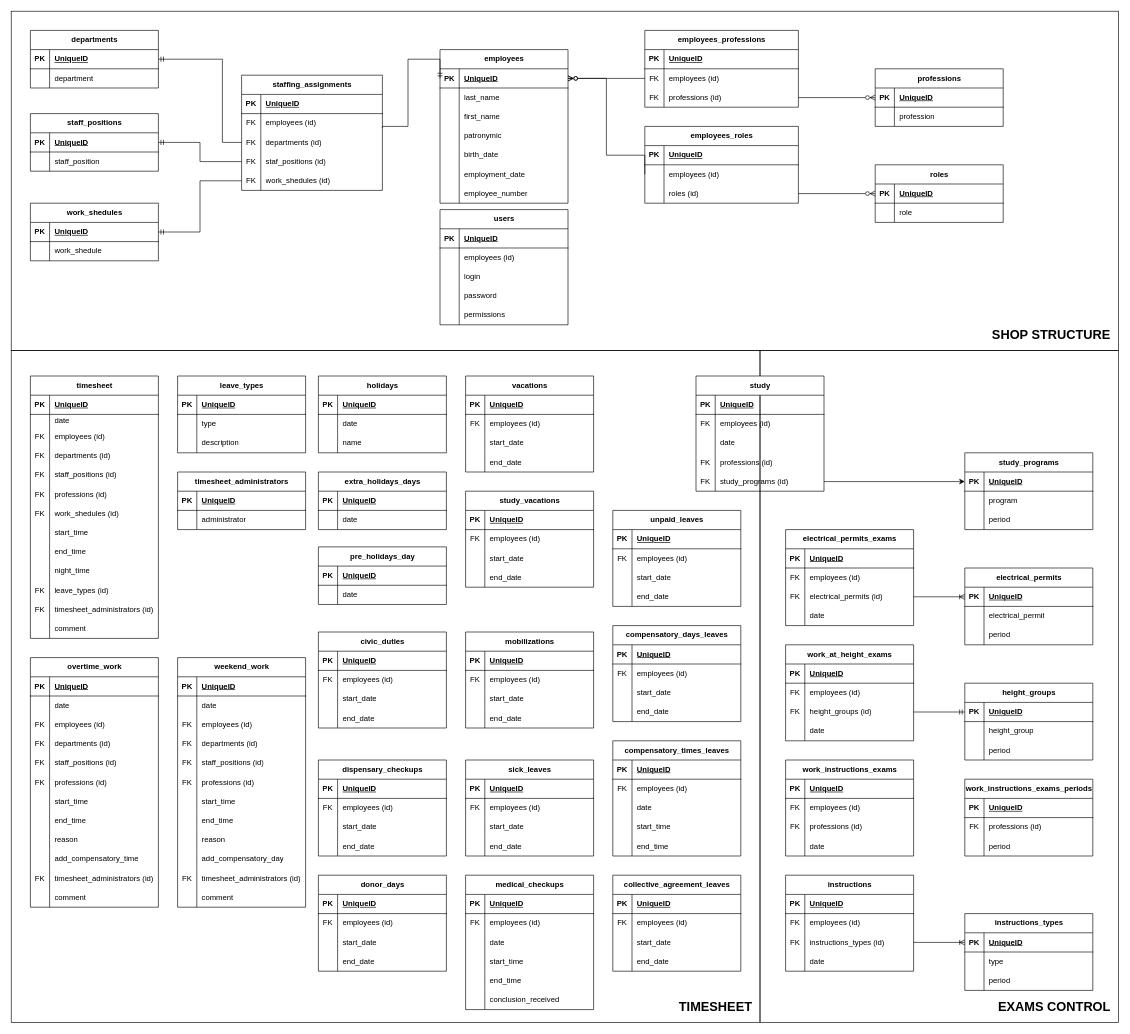
DRUsmanov/the_system_project keeps this draw.io diagram as documentation/Database_diagrams.drawio. Above is the earlier version. Source tidied: cells renumbered, new cells numbered last; positions are measured from the earlier drawing's top-left corner, leaving out a move shared by most shapes. Both pictures are drawn from the tidied source at 64%, with x=0, y=0 at pixel (11, 11).
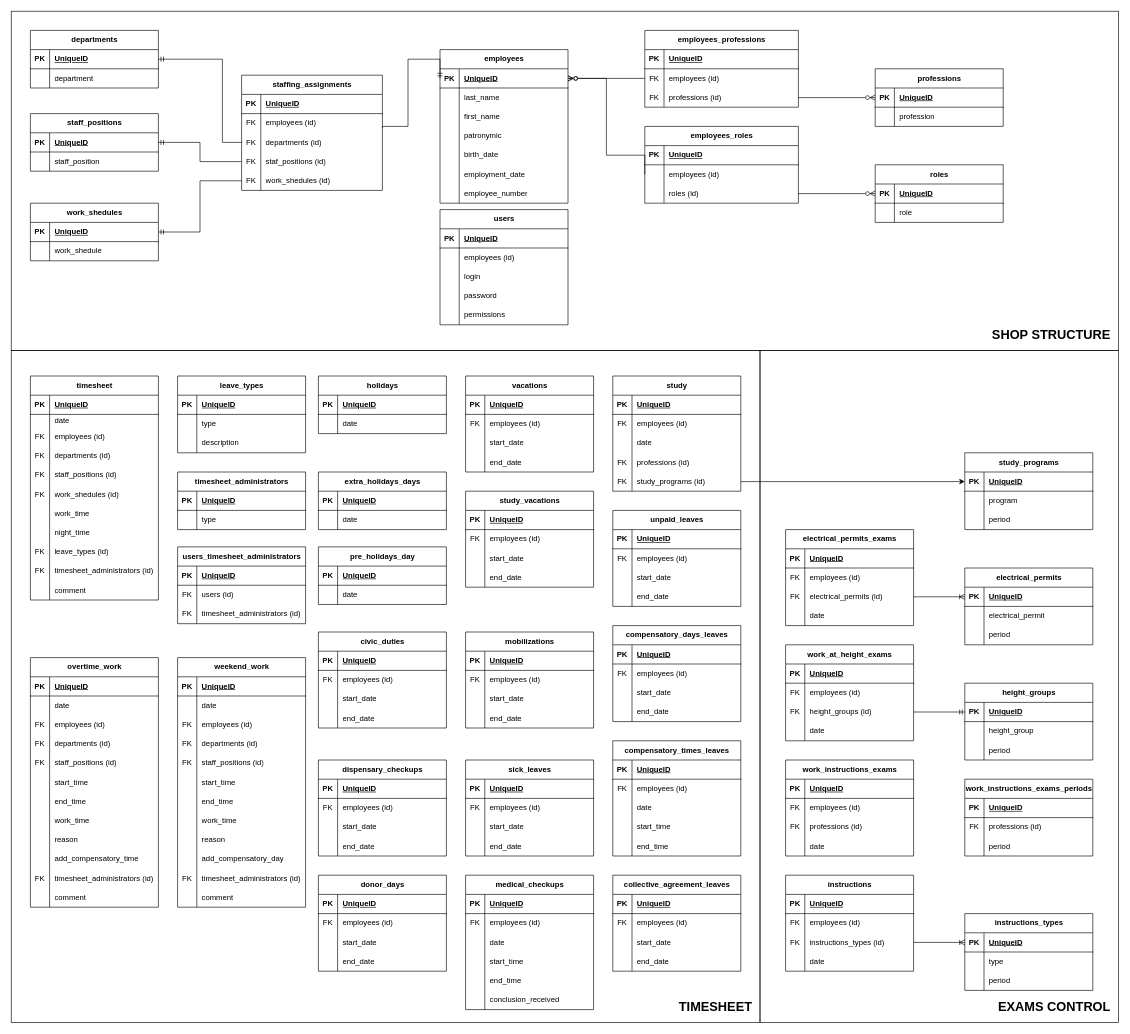
After the change.

The change refers to these unchanged cells:
```xml
<mxCell id="133" value="overtime_work" style="shape=table;startSize=30;childLayout=tableLayout;rowLines=0;fontStyle=1;align=center;html=1;" parent="1" vertex="1">
  <mxGeometry x="30" y="1010" width="200" height="390" as="geometry" />
</mxCell>
<mxCell id="170" value="weekend_work" style="shape=table;startSize=30;childLayout=tableLayout;rowLines=0;fontStyle=1;align=center;html=1;" parent="1" vertex="1">
  <mxGeometry x="260" y="1010" width="200" height="390" as="geometry" />
</mxCell>
<mxCell id="564" style="shape=tableRow;horizontal=0;startSize=0;swimlaneHead=0;swimlaneBody=0;fillColor=none;top=0;left=0;right=0;bottom=0;" parent="560" vertex="1">
  <mxGeometry y="60" width="200" height="30" as="geometry" />
</mxCell>
```

Change to the diagram source:
```diff
@@
     <mxCell id="27" value="holidays" style="shape=table;startSize=30;childLayout=tableLayout;rowLines=0;fontStyle=1;align=center;html=1;" parent="1" vertex="1">
-      <mxGeometry x="480" y="570" width="200" height="120" as="geometry" />
+      <mxGeometry x="480" y="570" width="200" height="90" as="geometry" />
     </mxCell>
@@
-    <mxCell id="34" style="shape=tableRow;horizontal=0;startSize=0;swimlaneHead=0;swimlaneBody=0;fillColor=none;top=0;left=0;right=0;bottom=0;" parent="27" vertex="1">
-      <mxGeometry y="90" width="200" height="30" as="geometry" />
-    </mxCell>
-    <mxCell id="35" style="shape=partialRectangle;fillColor=none;top=0;left=0;bottom=0;right=0;overflow=hidden;whiteSpace=wrap;html=1;" parent="34" vertex="1">
-      <mxGeometry width="30" height="30" as="geometry" />
-    </mxCell>
-    <mxCell id="36" value="name" style="shape=partialRectangle;fillColor=none;top=0;left=0;bottom=0;right=0;align=left;spacingLeft=6;overflow=hidden;whiteSpace=wrap;html=1;" parent="34" vertex="1">
-      <mxGeometry x="30" width="170" height="30" as="geometry" />
-    </mxCell>
@@
     <mxCell id="64" value="timesheet" style="shape=table;startSize=30;childLayout=tableLayout;rowLines=0;fontStyle=1;align=center;html=1;" parent="1" vertex="1">
-      <mxGeometry x="30" y="570" width="200" height="410" as="geometry" />
+      <mxGeometry x="30" y="570" width="200" height="350" as="geometry" />
     </mxCell>
@@
-    <mxCell id="80" style="shape=tableRow;horizontal=0;startSize=0;swimlaneHead=0;swimlaneBody=0;fillColor=none;top=0;left=0;right=0;bottom=0;" parent="64" vertex="1">
-      <mxGeometry y="170" width="200" height="30" as="geometry" />
-    </mxCell>
-    <mxCell id="81" value="FK" style="shape=partialRectangle;fillColor=none;top=0;left=0;bottom=0;right=0;fontStyle=0;overflow=hidden;whiteSpace=wrap;html=1;" parent="80" vertex="1">
-      <mxGeometry width="30" height="30" as="geometry" />
-    </mxCell>
-    <mxCell id="82" value="professions (id)" style="shape=partialRectangle;fillColor=none;top=0;left=0;bottom=0;right=0;align=left;spacingLeft=6;fontStyle=0;overflow=hidden;whiteSpace=wrap;html=1;" parent="80" vertex="1">
-      <mxGeometry x="30" width="170" height="30" as="geometry" />
-    </mxCell>
     <mxCell id="83" style="shape=tableRow;horizontal=0;startSize=0;swimlaneHead=0;swimlaneBody=0;fillColor=none;top=0;left=0;right=0;bottom=0;" parent="64" vertex="1">
-      <mxGeometry y="200" width="200" height="30" as="geometry" />
+      <mxGeometry y="170" width="200" height="30" as="geometry" />
     </mxCell>
@@
-    <mxCell id="86" style="shape=tableRow;horizontal=0;startSize=0;swimlaneHead=0;swimlaneBody=0;fillColor=none;top=0;left=0;right=0;bottom=0;" parent="64" vertex="1">
-      <mxGeometry y="230" width="200" height="30" as="geometry" />
-    </mxCell>
-    <mxCell id="87" style="shape=partialRectangle;fillColor=none;top=0;left=0;bottom=0;right=0;overflow=hidden;whiteSpace=wrap;html=1;" parent="86" vertex="1">
-      <mxGeometry width="30" height="30" as="geometry" />
-    </mxCell>
-    <mxCell id="88" value="start_time" style="shape=partialRectangle;fillColor=none;top=0;left=0;bottom=0;right=0;align=left;spacingLeft=6;overflow=hidden;whiteSpace=wrap;html=1;" parent="86" vertex="1">
-      <mxGeometry x="30" width="170" height="30" as="geometry" />
-    </mxCell>
     <mxCell id="89" style="shape=tableRow;horizontal=0;startSize=0;swimlaneHead=0;swimlaneBody=0;fillColor=none;top=0;left=0;right=0;bottom=0;" parent="64" vertex="1">
-      <mxGeometry y="260" width="200" height="30" as="geometry" />
+      <mxGeometry y="200" width="200" height="30" as="geometry" />
     </mxCell>
@@
-    <mxCell id="91" value="end_time" style="shape=partialRectangle;fillColor=none;top=0;left=0;bottom=0;right=0;align=left;spacingLeft=6;overflow=hidden;whiteSpace=wrap;html=1;" parent="89" vertex="1">
+    <mxCell id="91" value="work_time" style="shape=partialRectangle;fillColor=none;top=0;left=0;bottom=0;right=0;align=left;spacingLeft=6;overflow=hidden;whiteSpace=wrap;html=1;" parent="89" vertex="1">
       <mxGeometry x="30" width="170" height="30" as="geometry" />
     </mxCell>
     <mxCell id="92" style="shape=tableRow;horizontal=0;startSize=0;swimlaneHead=0;swimlaneBody=0;fillColor=none;top=0;left=0;right=0;bottom=0;" parent="64" vertex="1">
-      <mxGeometry y="290" width="200" height="30" as="geometry" />
+      <mxGeometry y="230" width="200" height="30" as="geometry" />
     </mxCell>
@@
     <mxCell id="95" style="shape=tableRow;horizontal=0;startSize=0;swimlaneHead=0;swimlaneBody=0;fillColor=none;top=0;left=0;right=0;bottom=0;" parent="64" vertex="1">
-      <mxGeometry y="320" width="200" height="30" as="geometry" />
+      <mxGeometry y="260" width="200" height="30" as="geometry" />
     </mxCell>
@@
     <mxCell id="98" style="shape=tableRow;horizontal=0;startSize=0;swimlaneHead=0;swimlaneBody=0;fillColor=none;top=0;left=0;right=0;bottom=0;" parent="64" vertex="1">
-      <mxGeometry y="350" width="200" height="30" as="geometry" />
+      <mxGeometry y="290" width="200" height="30" as="geometry" />
     </mxCell>
@@
     <mxCell id="101" style="shape=tableRow;horizontal=0;startSize=0;swimlaneHead=0;swimlaneBody=0;fillColor=none;top=0;left=0;right=0;bottom=0;" parent="64" vertex="1">
-      <mxGeometry y="380" width="200" height="30" as="geometry" />
+      <mxGeometry y="320" width="200" height="30" as="geometry" />
     </mxCell>
@@
-    <mxCell id="149" style="shape=tableRow;horizontal=0;startSize=0;swimlaneHead=0;swimlaneBody=0;fillColor=none;top=0;left=0;right=0;bottom=0;" parent="133" vertex="1">
-      <mxGeometry y="180" width="200" height="30" as="geometry" />
-    </mxCell>
-    <mxCell id="150" value="FK" style="shape=partialRectangle;fillColor=none;top=0;left=0;bottom=0;right=0;fontStyle=0;overflow=hidden;whiteSpace=wrap;html=1;" parent="149" vertex="1">
-      <mxGeometry width="30" height="30" as="geometry" />
-    </mxCell>
-    <mxCell id="151" value="professions (id)" style="shape=partialRectangle;fillColor=none;top=0;left=0;bottom=0;right=0;align=left;spacingLeft=6;fontStyle=0;overflow=hidden;whiteSpace=wrap;html=1;" parent="149" vertex="1">
-      <mxGeometry x="30" width="170" height="30" as="geometry" />
-    </mxCell>
     <mxCell id="152" style="shape=tableRow;horizontal=0;startSize=0;swimlaneHead=0;swimlaneBody=0;fillColor=none;top=0;left=0;right=0;bottom=0;" parent="133" vertex="1">
-      <mxGeometry y="210" width="200" height="30" as="geometry" />
+      <mxGeometry y="180" width="200" height="30" as="geometry" />
     </mxCell>
@@
     <mxCell id="155" style="shape=tableRow;horizontal=0;startSize=0;swimlaneHead=0;swimlaneBody=0;fillColor=none;top=0;left=0;right=0;bottom=0;" parent="133" vertex="1">
-      <mxGeometry y="240" width="200" height="30" as="geometry" />
+      <mxGeometry y="210" width="200" height="30" as="geometry" />
     </mxCell>
@@
+    <mxCell id="567" style="shape=tableRow;horizontal=0;startSize=0;swimlaneHead=0;swimlaneBody=0;fillColor=none;top=0;left=0;right=0;bottom=0;" parent="133" vertex="1">
+      <mxGeometry y="240" width="200" height="30" as="geometry" />
+    </mxCell>
+    <mxCell id="568" style="shape=partialRectangle;fillColor=none;top=0;left=0;bottom=0;right=0;overflow=hidden;whiteSpace=wrap;html=1;" parent="567" vertex="1">
+      <mxGeometry width="30" height="30" as="geometry" />
+    </mxCell>
+    <mxCell id="569" value="work_time" style="shape=partialRectangle;fillColor=none;top=0;left=0;bottom=0;right=0;align=left;spacingLeft=6;overflow=hidden;whiteSpace=wrap;html=1;" parent="567" vertex="1">
+      <mxGeometry x="30" width="170" height="30" as="geometry" />
+    </mxCell>
@@
-    <mxCell id="186" style="shape=tableRow;horizontal=0;startSize=0;swimlaneHead=0;swimlaneBody=0;fillColor=none;top=0;left=0;right=0;bottom=0;" parent="170" vertex="1">
-      <mxGeometry y="180" width="200" height="30" as="geometry" />
-    </mxCell>
-    <mxCell id="187" value="FK" style="shape=partialRectangle;fillColor=none;top=0;left=0;bottom=0;right=0;fontStyle=0;overflow=hidden;whiteSpace=wrap;html=1;" parent="186" vertex="1">
-      <mxGeometry width="30" height="30" as="geometry" />
-    </mxCell>
-    <mxCell id="188" value="professions (id)" style="shape=partialRectangle;fillColor=none;top=0;left=0;bottom=0;right=0;align=left;spacingLeft=6;fontStyle=0;overflow=hidden;whiteSpace=wrap;html=1;" parent="186" vertex="1">
-      <mxGeometry x="30" width="170" height="30" as="geometry" />
-    </mxCell>
     <mxCell id="189" style="shape=tableRow;horizontal=0;startSize=0;swimlaneHead=0;swimlaneBody=0;fillColor=none;top=0;left=0;right=0;bottom=0;" parent="170" vertex="1">
-      <mxGeometry y="210" width="200" height="30" as="geometry" />
+      <mxGeometry y="180" width="200" height="30" as="geometry" />
     </mxCell>
@@
     <mxCell id="192" style="shape=tableRow;horizontal=0;startSize=0;swimlaneHead=0;swimlaneBody=0;fillColor=none;top=0;left=0;right=0;bottom=0;" parent="170" vertex="1">
-      <mxGeometry y="240" width="200" height="30" as="geometry" />
+      <mxGeometry y="210" width="200" height="30" as="geometry" />
     </mxCell>
@@
+    <mxCell id="570" style="shape=tableRow;horizontal=0;startSize=0;swimlaneHead=0;swimlaneBody=0;fillColor=none;top=0;left=0;right=0;bottom=0;" parent="170" vertex="1">
+      <mxGeometry y="240" width="200" height="30" as="geometry" />
+    </mxCell>
+    <mxCell id="571" style="shape=partialRectangle;fillColor=none;top=0;left=0;bottom=0;right=0;overflow=hidden;whiteSpace=wrap;html=1;" parent="570" vertex="1">
+      <mxGeometry width="30" height="30" as="geometry" />
+    </mxCell>
+    <mxCell id="572" value="work_time" style="shape=partialRectangle;fillColor=none;top=0;left=0;bottom=0;right=0;align=left;spacingLeft=6;overflow=hidden;whiteSpace=wrap;html=1;" parent="570" vertex="1">
+      <mxGeometry x="30" width="170" height="30" as="geometry" />
+    </mxCell>
@@
     <mxCell id="544" value="study" style="shape=table;startSize=30;childLayout=tableLayout;rowLines=0;fontStyle=1;align=center;html=1;" parent="1" vertex="1">
-      <mxGeometry x="1070" y="570" width="200" height="180" as="geometry" />
+      <mxGeometry x="940" y="570" width="200" height="180" as="geometry" />
     </mxCell>
@@
-    <mxCell id="566" value="administrator" style="shape=partialRectangle;fillColor=none;top=0;left=0;bottom=0;right=0;align=left;spacingLeft=6;overflow=hidden;whiteSpace=wrap;html=1;" parent="564" vertex="1">
+    <mxCell id="566" value="type" style="shape=partialRectangle;fillColor=none;top=0;left=0;bottom=0;right=0;align=left;spacingLeft=6;overflow=hidden;whiteSpace=wrap;html=1;" parent="564" vertex="1">
       <mxGeometry x="30" width="170" height="30" as="geometry" />
     </mxCell>
+    <mxCell id="573" value="users_timesheet_administrators" style="shape=table;startSize=30;childLayout=tableLayout;rowLines=0;fontStyle=1;align=center;html=1;" parent="1" vertex="1">
+      <mxGeometry x="260" y="837" width="200" height="120" as="geometry" />
+    </mxCell>
+    <mxCell id="574" style="shape=tableRow;horizontal=0;startSize=0;swimlaneHead=0;swimlaneBody=0;fillColor=none;top=0;left=0;right=0;bottom=1;" parent="573" vertex="1">
+      <mxGeometry y="30" width="200" height="30" as="geometry" />
+    </mxCell>
+    <mxCell id="575" value="PK" style="shape=partialRectangle;fillColor=none;top=0;left=0;bottom=0;right=0;fontStyle=1;overflow=hidden;whiteSpace=wrap;html=1;" parent="574" vertex="1">
+      <mxGeometry width="30" height="30" as="geometry" />
+    </mxCell>
+    <mxCell id="576" value="UniqueID" style="shape=partialRectangle;fillColor=none;top=0;left=0;bottom=0;right=0;align=left;spacingLeft=6;fontStyle=5;overflow=hidden;whiteSpace=wrap;html=1;" parent="574" vertex="1">
+      <mxGeometry x="30" width="170" height="30" as="geometry" />
+    </mxCell>
+    <mxCell id="577" style="shape=tableRow;horizontal=0;startSize=0;swimlaneHead=0;swimlaneBody=0;fillColor=none;top=0;left=0;right=0;bottom=0;" parent="573" vertex="1">
+      <mxGeometry y="60" width="200" height="30" as="geometry" />
+    </mxCell>
+    <mxCell id="578" value="FK" style="shape=partialRectangle;fillColor=none;top=0;left=0;bottom=0;right=0;fontStyle=0;overflow=hidden;whiteSpace=wrap;html=1;" parent="577" vertex="1">
+      <mxGeometry width="30" height="30" as="geometry" />
+    </mxCell>
+    <mxCell id="579" value="users (id)" style="shape=partialRectangle;fillColor=none;top=0;left=0;bottom=0;right=0;align=left;spacingLeft=6;fontStyle=0;overflow=hidden;whiteSpace=wrap;html=1;" parent="577" vertex="1">
+      <mxGeometry x="30" width="170" height="30" as="geometry" />
+    </mxCell>
+    <mxCell id="34" style="shape=tableRow;horizontal=0;startSize=0;swimlaneHead=0;swimlaneBody=0;fillColor=none;top=0;left=0;right=0;bottom=0;" parent="573" vertex="1">
+      <mxGeometry y="90" width="200" height="30" as="geometry" />
+    </mxCell>
+    <mxCell id="580" value="FK" style="shape=partialRectangle;fillColor=none;top=0;left=0;bottom=0;right=0;fontStyle=0;overflow=hidden;whiteSpace=wrap;html=1;" parent="34" vertex="1">
+      <mxGeometry width="30" height="30" as="geometry" />
+    </mxCell>
+    <mxCell id="581" value="timesheet_administrators (id)" style="shape=partialRectangle;fillColor=none;top=0;left=0;bottom=0;right=0;align=left;spacingLeft=6;fontStyle=0;overflow=hidden;whiteSpace=wrap;html=1;" parent="34" vertex="1">
+      <mxGeometry x="30" width="170" height="30" as="geometry" />
+    </mxCell>
```
